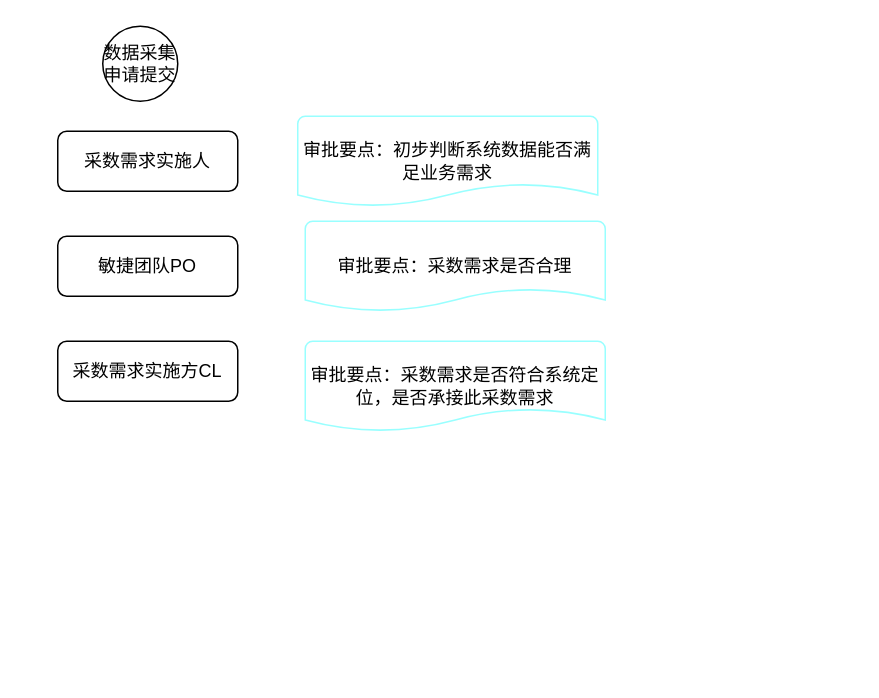
Earlier version of the draw.io diagram 数据授权.drawio (sidonghua/wuziqi). Source tidied: cells renumbered, new cells numbered last; positions are measured from the earlier drawing's top-left corner, leaving out a move shared by most shapes. Both pictures are drawn from the tidied source at 150%, with x=0, y=0 at pixel (57, 26).
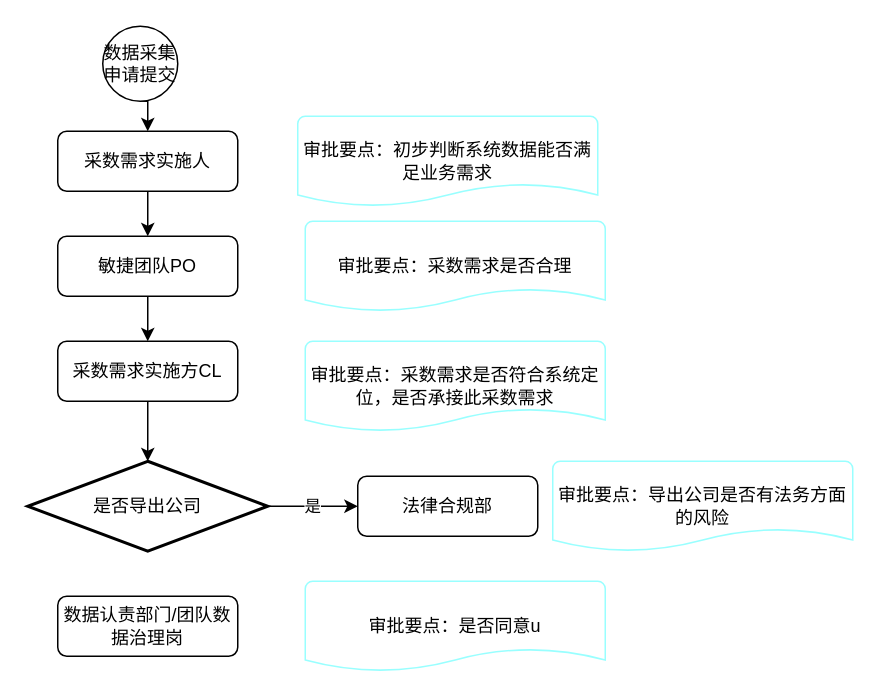
Above is the later version.

Change to the diagram source:
```diff
@@
 <mxGraphModel>
   <root>
     <mxCell id="0" />
     <mxCell id="1" parent="0" />
+    <mxCell id="9" style="edgeStyle=orthogonalEdgeStyle;rounded=0;jettySize=auto;html=1;exitX=0.5;exitY=1;exitDx=0;exitDy=0;entryX=0.5;entryY=0;entryDx=0;entryDy=0;" parent="1" edge="1" source="2" target="6">
+      <mxGeometry relative="1" as="geometry" />
+    </mxCell>
     <mxCell id="2" value="数据采集申请提交" style="ellipse;whiteSpace=wrap;html=1;" parent="1" vertex="1">
       <mxGeometry x="30" width="50" height="50" as="geometry" />
     </mxCell>
+    <mxCell id="10" style="edgeStyle=orthogonalEdgeStyle;rounded=0;jettySize=auto;html=1;exitX=0.5;exitY=1;exitDx=0;exitDy=0;entryX=0.5;entryY=0;entryDx=0;entryDy=0;" parent="1" edge="1" source="3" target="4">
+      <mxGeometry relative="1" as="geometry" />
+    </mxCell>
     <mxCell id="3" value="敏捷团队PO" style="rounded=1;whiteSpace=wrap;html=1;" parent="1" vertex="1">
       <mxGeometry y="140" width="120" height="40" as="geometry" />
     </mxCell>
+    <mxCell id="11" style="edgeStyle=orthogonalEdgeStyle;rounded=0;jettySize=auto;html=1;entryX=0.5;entryY=0;entryDx=0;entryDy=0;entryPerimeter=0;" parent="1" edge="1" source="4" target="16">
+      <mxGeometry relative="1" as="geometry" />
+    </mxCell>
     <mxCell id="4" value="采数需求实施方CL" style="rounded=1;whiteSpace=wrap;html=1;" parent="1" vertex="1">
       <mxGeometry y="210" width="120" height="40" as="geometry" />
     </mxCell>
     <mxCell id="5" value="审批要点：采数需求是否合理" style="strokeWidth=1;html=1;shape=mxgraph.flowchart.document2;whiteSpace=wrap;size=0.25;strokeColor=#99FFFF;" parent="1" vertex="1">
       <mxGeometry x="165" y="130" width="200" height="60" as="geometry" />
     </mxCell>
+    <mxCell id="12" style="edgeStyle=orthogonalEdgeStyle;rounded=0;jettySize=auto;html=1;exitX=0.5;exitY=1;exitDx=0;exitDy=0;entryX=0.5;entryY=0;entryDx=0;entryDy=0;" parent="1" edge="1" source="6" target="3">
+      <mxGeometry relative="1" as="geometry" />
+    </mxCell>
     <mxCell id="6" value="采数需求实施人" style="rounded=1;whiteSpace=wrap;html=1;" parent="1" vertex="1">
       <mxGeometry y="70" width="120" height="40" as="geometry" />
     </mxCell>
     <mxCell id="7" value="审批要点：初步判断系统数据能否满足业务需求" style="strokeWidth=1;html=1;shape=mxgraph.flowchart.document2;whiteSpace=wrap;size=0.25;strokeColor=#99FFFF;" parent="1" vertex="1">
       <mxGeometry x="160" y="60" width="200" height="60" as="geometry" />
     </mxCell>
     <mxCell id="8" value="审批要点：采数需求是否符合系统定位，是否承接此采数需求" style="strokeWidth=1;html=1;shape=mxgraph.flowchart.document2;whiteSpace=wrap;size=0.25;strokeColor=#99FFFF;" parent="1" vertex="1">
       <mxGeometry x="165" y="210" width="200" height="60" as="geometry" />
     </mxCell>
+    <mxCell id="13" value="法律合规部" style="rounded=1;whiteSpace=wrap;html=1;" parent="1" vertex="1">
+      <mxGeometry x="200" y="300" width="120" height="40" as="geometry" />
+    </mxCell>
+    <mxCell id="14" value="审批要点：导出公司是否有法务方面的风险" style="strokeWidth=1;html=1;shape=mxgraph.flowchart.document2;whiteSpace=wrap;size=0.25;strokeColor=#99FFFF;" parent="1" vertex="1">
+      <mxGeometry x="330" y="290" width="200" height="60" as="geometry" />
+    </mxCell>
+    <mxCell id="15" value="是" style="edgeStyle=orthogonalEdgeStyle;rounded=0;jettySize=auto;html=1;exitX=1;exitY=0.5;exitDx=0;exitDy=0;exitPerimeter=0;entryX=0;entryY=0.5;entryDx=0;entryDy=0;" parent="1" edge="1" source="16" target="13">
+      <mxGeometry relative="1" as="geometry" />
+    </mxCell>
+    <mxCell id="16" value="是否导出公司" style="strokeWidth=2;html=1;shape=mxgraph.flowchart.decision;whiteSpace=wrap;" parent="1" vertex="1">
+      <mxGeometry x="-20" y="290" width="160" height="60" as="geometry" />
+    </mxCell>
+    <mxCell id="17" value="数据认责部门/团队数据治理岗" style="rounded=1;whiteSpace=wrap;html=1;" parent="1" vertex="1">
+      <mxGeometry y="380" width="120" height="40" as="geometry" />
+    </mxCell>
+    <mxCell id="18" value="审批要点：是否同意u" style="strokeWidth=1;html=1;shape=mxgraph.flowchart.document2;whiteSpace=wrap;size=0.25;strokeColor=#99FFFF;" parent="1" vertex="1">
+      <mxGeometry x="165" y="370" width="200" height="60" as="geometry" />
+    </mxCell>
   </root>
 </mxGraphModel>
```
